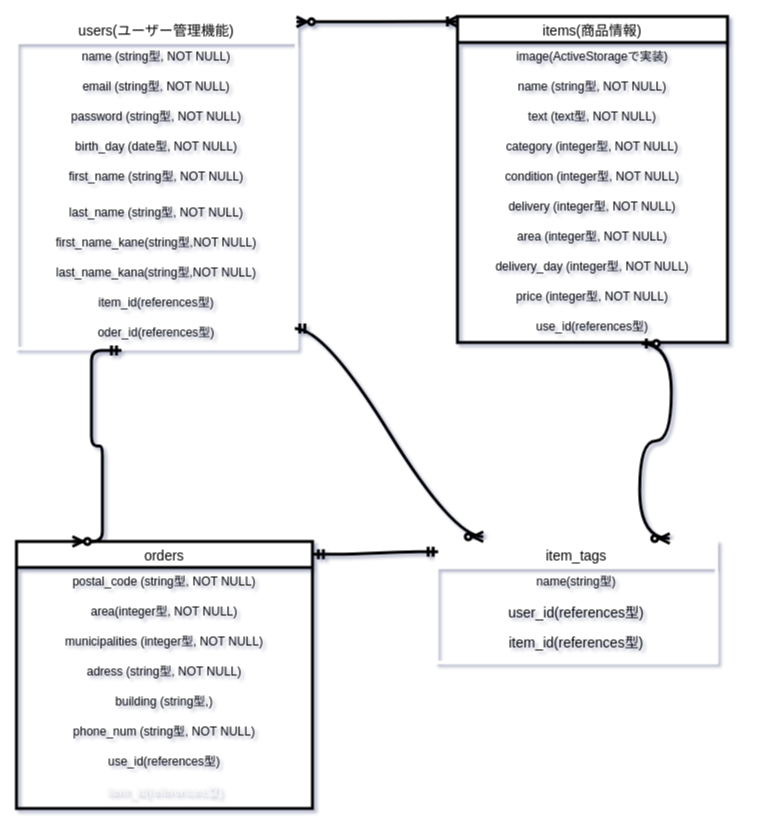
The draw.io diagram ER .dio in same-jima/furima-36128, before the edit. Source tidied: cells renumbered, new cells numbered last; positions are measured from the earlier drawing's top-left corner, leaving out a move shared by most shapes. Both pictures are drawn from the tidied source at 100%, with x=0, y=0 at pixel (16, 16).
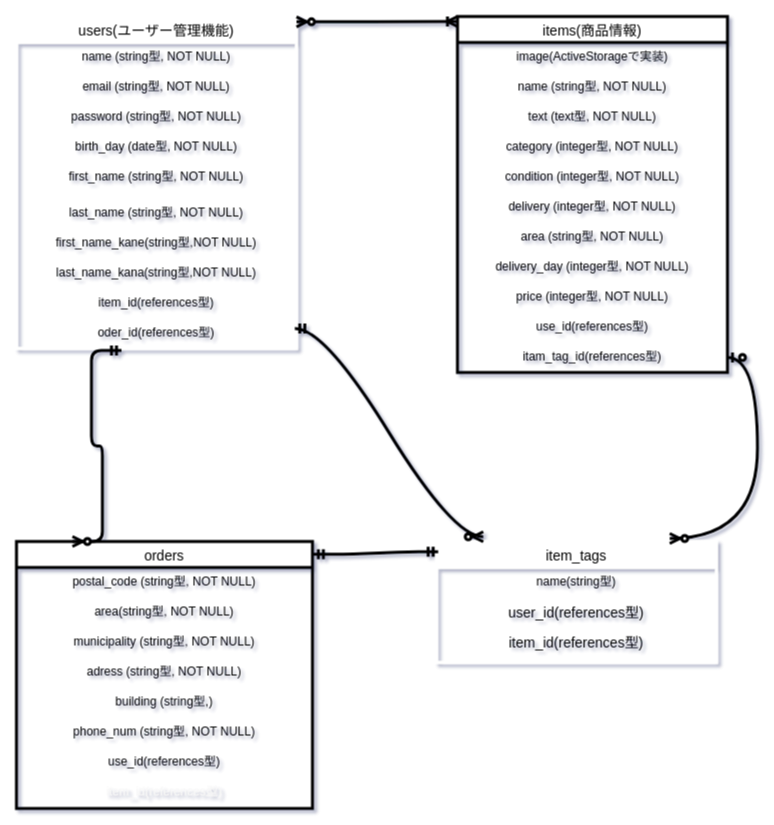
The same page after the edit.

Commit message (it also covers changes not shown here):
更に修正：ER図

The change refers to these unchanged cells:
```xml
<mxCell id="23" value="use_id(references型)" style="text;strokeColor=none;fillColor=none;spacingLeft=4;spacingRight=4;overflow=hidden;points=[[0,0.5],[1,0.5]];portConstraint=eastwest;fontSize=12;align=center;" parent="13" vertex="1">
  <mxGeometry y="296" width="270" height="30" as="geometry" />
</mxCell>
<mxCell id="24" value="orders" style="swimlane;fontStyle=0;horizontal=1;startSize=26;align=center;fontSize=14;strokeWidth=3;" parent="1" vertex="1">
  <mxGeometry y="525" width="296" height="267" as="geometry" />
</mxCell>
<mxCell id="33" value="item_tags" style="swimlane;fontStyle=0;horizontal=1;startSize=26;align=center;fontSize=14;strokeColor=#FFFFFF;strokeWidth=3;" parent="1" vertex="1">
  <mxGeometry x="420" y="525" width="280" height="121" as="geometry" />
</mxCell>
```

Change to the diagram source:
```diff
@@
     <mxCell id="13" value="items(商品情報)" style="swimlane;fontStyle=0;horizontal=1;startSize=26;align=center;fontSize=14;strokeWidth=3;" parent="1" vertex="1">
-      <mxGeometry x="441" width="270" height="326" as="geometry" />
+      <mxGeometry x="441" width="270" height="356" as="geometry" />
     </mxCell>
@@
-    <mxCell id="20" value="area (integer型, NOT NULL)" style="text;strokeColor=none;fillColor=none;spacingLeft=4;spacingRight=4;overflow=hidden;fontSize=12;align=center;" parent="13" vertex="1">
+    <mxCell id="20" value="area (string型, NOT NULL)" style="text;strokeColor=none;fillColor=none;spacingLeft=4;spacingRight=4;overflow=hidden;fontSize=12;align=center;" parent="13" vertex="1">
       <mxGeometry y="206" width="270" height="30" as="geometry" />
     </mxCell>
@@
+    <mxCell id="42" value="itam_tag_id(references型)" style="text;strokeColor=none;fillColor=none;spacingLeft=4;spacingRight=4;overflow=hidden;points=[[0,0.5],[1,0.5]];portConstraint=eastwest;fontSize=12;align=center;" parent="13" vertex="1">
+      <mxGeometry y="326" width="270" height="30" as="geometry" />
+    </mxCell>
@@
-    <mxCell id="26" value="area(integer型, NOT NULL)" style="text;strokeColor=none;fillColor=none;spacingLeft=4;spacingRight=4;overflow=hidden;fontSize=12;align=center;" parent="24" vertex="1">
+    <mxCell id="26" value="area(string型, NOT NULL)" style="text;strokeColor=none;fillColor=none;spacingLeft=4;spacingRight=4;overflow=hidden;fontSize=12;align=center;" parent="24" vertex="1">
       <mxGeometry y="56" width="296" height="30" as="geometry" />
     </mxCell>
-    <mxCell id="27" value="municipalities (integer型, NOT NULL)" style="text;strokeColor=none;fillColor=none;spacingLeft=4;spacingRight=4;overflow=hidden;fontSize=12;align=center;" parent="24" vertex="1">
+    <mxCell id="27" value="municipality (string型, NOT NULL)" style="text;strokeColor=none;fillColor=none;spacingLeft=4;spacingRight=4;overflow=hidden;fontSize=12;align=center;" parent="24" vertex="1">
       <mxGeometry y="86" width="296" height="30" as="geometry" />
     </mxCell>
@@
-    <mxCell id="38" style="edgeStyle=entityRelationEdgeStyle;fontSize=12;html=1;endArrow=ERzeroToMany;startArrow=ERzeroToOne;entryX=0.833;entryY=-0.025;entryDx=0;entryDy=0;entryPerimeter=0;curved=1;strokeWidth=3;exitX=0.681;exitY=1.033;exitDx=0;exitDy=0;exitPerimeter=0;" parent="1" edge="1" source="23" target="33">
+    <mxCell id="38" style="edgeStyle=entityRelationEdgeStyle;fontSize=12;html=1;endArrow=ERzeroToMany;startArrow=ERzeroToOne;entryX=0.833;entryY=-0.025;entryDx=0;entryDy=0;entryPerimeter=0;curved=1;strokeWidth=3;" parent="1" edge="1" source="42" target="33">
       <mxGeometry relative="1" as="geometry" />
     </mxCell>
```
